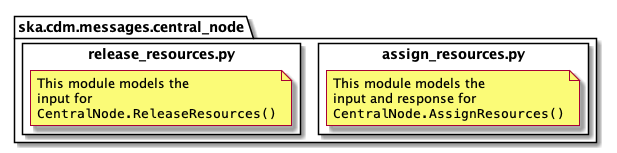
ska-telescope/cdm-shared-library keeps this PlantUML diagram as docs/src/developer/centralnode/centralnode.png. Above is the earlier version. Its diagram source:
```plantuml
@startuml
hide empty members

package ska.cdm.messages.central_node {
	package assign_resources.py <<Rectangle>> {
		note as N1
			This module models the
			input and response for
			""CentralNode.AssignResources()""
		end note
	}

	package release_resources.py <<Rectangle>> {
		note as N2
			This module models the
			input for
			""CentralNode.ReleaseResources()""
		end note
	}
}

@enduml
```
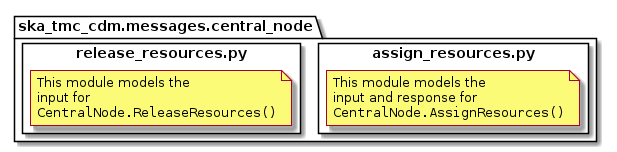
The same file after the commit.

Diff of the diagram source:
```diff
@@ -1,7 +1,7 @@
 @startuml
 hide empty members
 
-package ska.cdm.messages.central_node {
+package ska_tmc_cdm.messages.central_node {
 	package assign_resources.py <<Rectangle>> {
 		note as N1
 			This module models the
```
